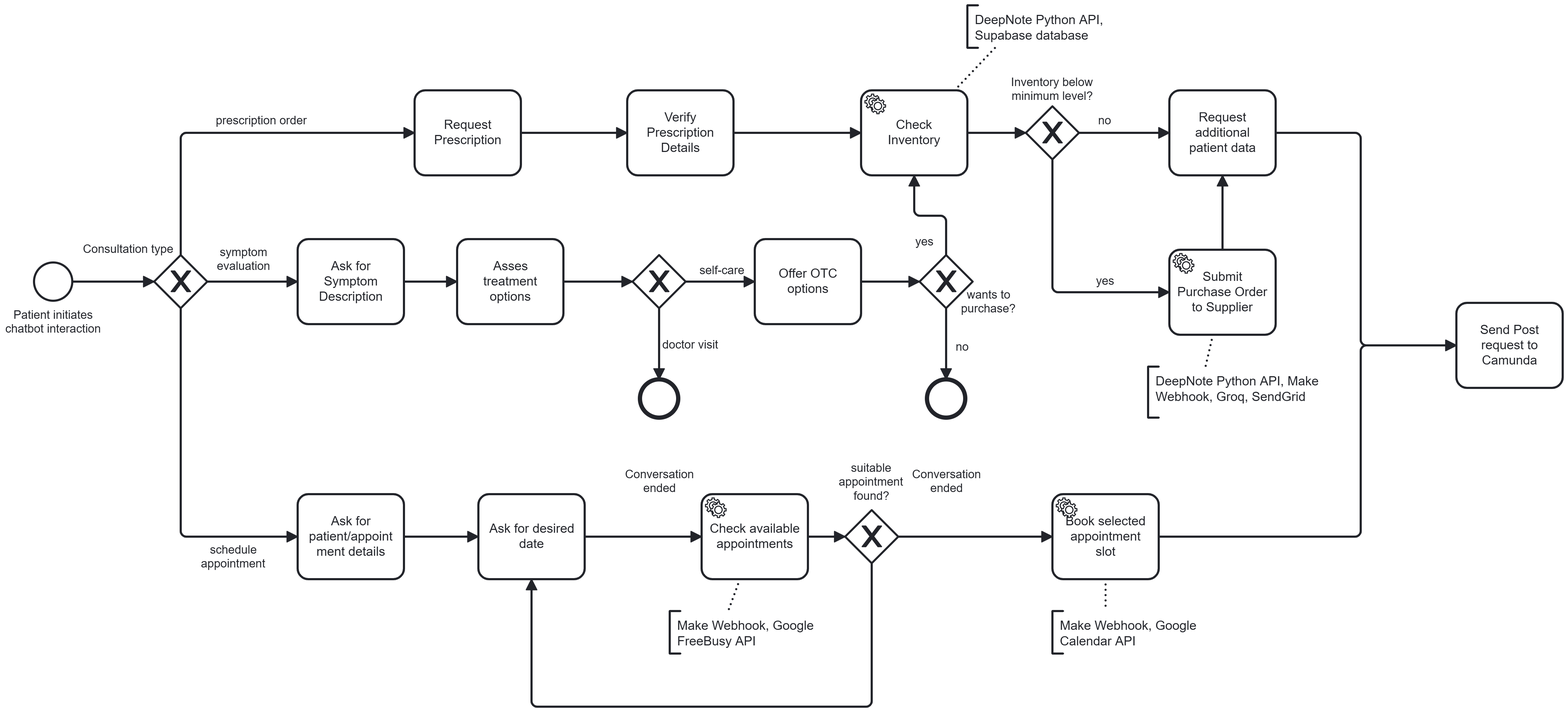
This is images/Chatbot_process.png from DigiBP/AS25_Glacier_Express, a BPMN export, as it was before one commit. Its source is kept beside it as process_models/Chatbot_process.bpmn. Ids are renumbered.
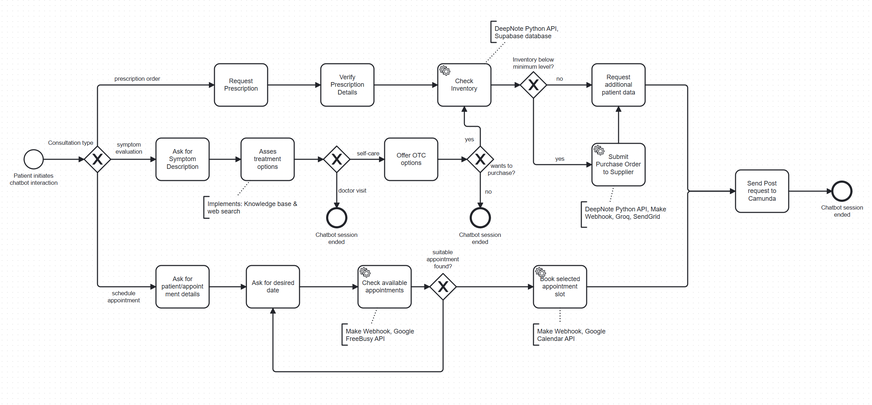
Above is the later version.

Change to the diagram source:
```diff
@@ -135,6 +135,10 @@
       <bpmn:text>DeepNote Python API, Make Webhook, Groq, SendGrid</bpmn:text>
     </bpmn:textAnnotation>
     <bpmn:association id="Association_n56" associationDirection="None" sourceRef="Activity_n21" targetRef="TextAnnotation_n55" />
+    <bpmn:textAnnotation id="TextAnnotation_n58">
+      <bpmn:text>Implements: Knowledge base &amp; web search</bpmn:text>
+    </bpmn:textAnnotation>
+    <bpmn:association id="Association_n59" associationDirection="None" sourceRef="Activity_n29" targetRef="TextAnnotation_n58" />
   </bpmn:process>
   <bpmndi:BPMNDiagram id="BPMNDiagram_1">
     <bpmndi:BPMNPlane id="BPMNPlane_1" bpmnElement="Process_n2">
@@ -186,10 +190,6 @@
         <dc:Bounds x="740" y="160" width="100" height="80" />
         <bpmndi:BPMNLabel />
       </bpmndi:BPMNShape>
-      <bpmndi:BPMNShape id="Activity_n29_di" bpmnElement="Activity_n29">
-        <dc:Bounds x="580" y="300" width="100" height="80" />
-        <bpmndi:BPMNLabel />
-      </bpmndi:BPMNShape>
       <bpmndi:BPMNShape id="Gateway_n31_di" bpmnElement="Gateway_n31" isMarkerVisible="true">
         <dc:Bounds x="745" y="315" width="50" height="50" />
       </bpmndi:BPMNShape>
@@ -237,6 +237,14 @@
           <dc:Bounds x="1681" y="425" width="79" height="27" />
         </bpmndi:BPMNLabel>
       </bpmndi:BPMNShape>
+      <bpmndi:BPMNShape id="Activity_n29_di" bpmnElement="Activity_n29">
+        <dc:Bounds x="590" y="300" width="100" height="80" />
+        <bpmndi:BPMNLabel />
+      </bpmndi:BPMNShape>
+      <bpmndi:BPMNEdge id="Association_n59_di" bpmnElement="Association_n59">
+        <di:waypoint x="607" y="380" />
+        <di:waypoint x="582" y="410" />
+      </bpmndi:BPMNEdge>
       <bpmndi:BPMNShape id="TextAnnotation_n49_di" bpmnElement="TextAnnotation_n49">
         <dc:Bounds x="780" y="650" width="160" height="40" />
         <bpmndi:BPMNLabel />
@@ -319,10 +327,10 @@
       </bpmndi:BPMNEdge>
       <bpmndi:BPMNEdge id="Flow_n9_di" bpmnElement="Flow_n9">
         <di:waypoint x="530" y="340" />
-        <di:waypoint x="580" y="340" />
+        <di:waypoint x="590" y="340" />
       </bpmndi:BPMNEdge>
       <bpmndi:BPMNEdge id="Flow_n30_di" bpmnElement="Flow_n30">
-        <di:waypoint x="680" y="340" />
+        <di:waypoint x="690" y="340" />
         <di:waypoint x="745" y="340" />
       </bpmndi:BPMNEdge>
       <bpmndi:BPMNEdge id="Flow_n32_di" bpmnElement="Flow_n32">
@@ -407,6 +415,10 @@
         <di:waypoint x="1620" y="400" />
         <di:waypoint x="1702" y="400" />
       </bpmndi:BPMNEdge>
+      <bpmndi:BPMNShape id="TextAnnotation_n58_di" bpmnElement="TextAnnotation_n58">
+        <dc:Bounds x="520" y="410" width="200" height="41" />
+        <bpmndi:BPMNLabel />
+      </bpmndi:BPMNShape>
     </bpmndi:BPMNPlane>
   </bpmndi:BPMNDiagram>
 </bpmn:definitions>
```
